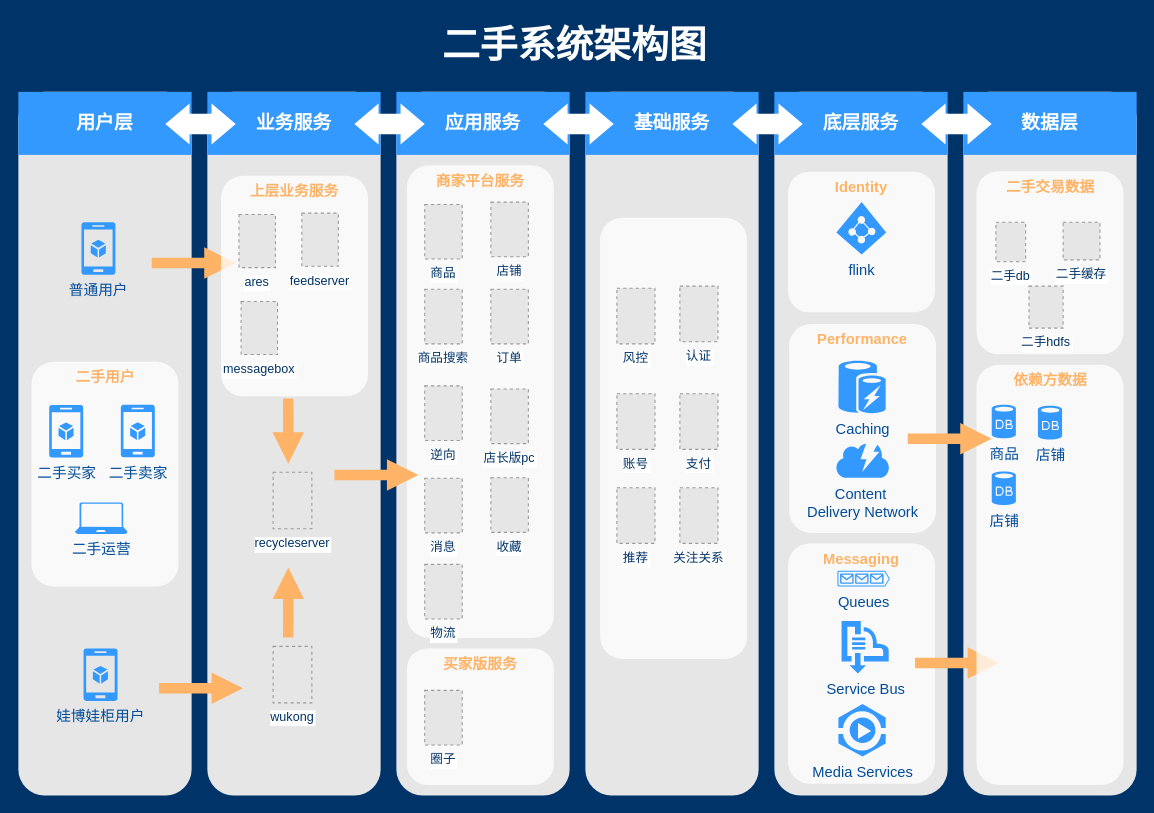
The draw.io diagram Untitled Diagram.drawio in killermyth/Documents, before the edit. Source tidied: cells renumbered, new cells numbered last; positions are measured from the earlier drawing's top-left corner, leaving out a move shared by most shapes. Both pictures are drawn from the tidied source at 105%, with x=0, y=0 at pixel (18, 18). Pictures stored in the file or linked from it are replaced by grey dashed boxes.
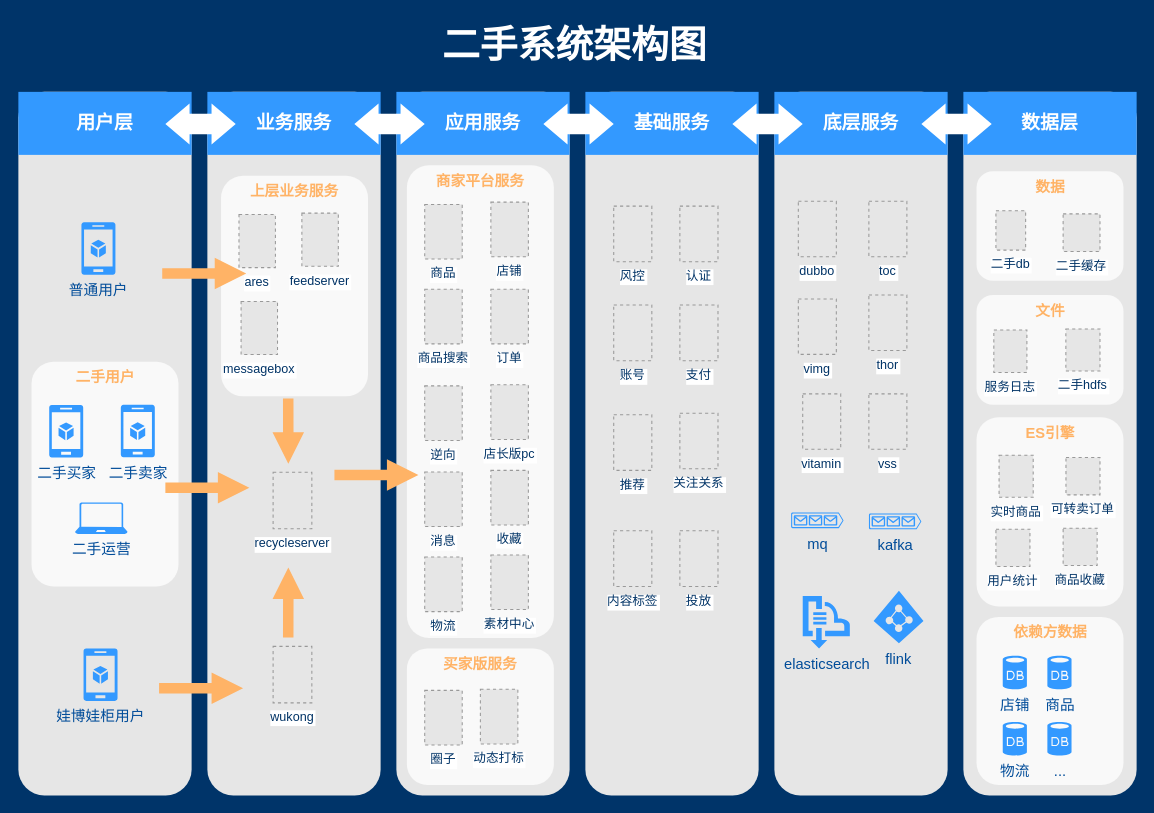
After the change.

What changed in the source:
```diff
@@
-    <mxCell id="21" style="rounded=1;whiteSpace=wrap;html=1;dashed=1;strokeColor=none;strokeWidth=2;fillColor=#FFFFFF;fontFamily=Helvetica;fontSize=14;fontColor=#FFB366;opacity=75;verticalAlign=top;fontStyle=1;" parent="1" vertex="1">
-      <mxGeometry x="554" y="190" width="140" height="420" as="geometry" />
-    </mxCell>
-    <mxCell id="22" value="Identity" style="rounded=1;whiteSpace=wrap;html=1;dashed=1;strokeColor=none;strokeWidth=2;fillColor=#FFFFFF;fontFamily=Helvetica;fontSize=14;fontColor=#FFB366;opacity=75;verticalAlign=top;fontStyle=1;" parent="1" vertex="1">
-      <mxGeometry x="733" y="146" width="140" height="134" as="geometry" />
-    </mxCell>
     <mxCell id="23" value="flink" style="verticalLabelPosition=bottom;html=1;verticalAlign=top;strokeColor=none;fillColor=#3399FF;shape=mxgraph.azure.azure_active_directory;dashed=1;fontFamily=Helvetica;fontSize=14;fontColor=#004C99;" parent="1" vertex="1">
-      <mxGeometry x="779" y="175" width="47.5" height="50" as="geometry" />
+      <mxGeometry x="814.5" y="545" width="47.5" height="50" as="geometry" />
     </mxCell>
-    <mxCell id="24" value="Performance" style="rounded=1;whiteSpace=wrap;html=1;dashed=1;strokeColor=none;strokeWidth=2;fillColor=#FFFFFF;fontFamily=Helvetica;fontSize=14;fontColor=#FFB366;opacity=75;verticalAlign=top;fontStyle=1;" parent="1" vertex="1">
-      <mxGeometry x="734" y="291" width="140" height="199" as="geometry" />
-    </mxCell>
-    <mxCell id="25" value="Caching" style="verticalLabelPosition=bottom;html=1;verticalAlign=top;strokeColor=none;fillColor=#3399FF;shape=mxgraph.azure.azure_cache;dashed=1;fontFamily=Helvetica;fontSize=14;fontColor=#004C99;" parent="1" vertex="1">
-      <mxGeometry x="781" y="326" width="45" height="50" as="geometry" />
-    </mxCell>
-    <mxCell id="26" value="Content&amp;nbsp;&lt;div&gt;Delivery Network&lt;/div&gt;" style="verticalLabelPosition=bottom;html=1;verticalAlign=top;strokeColor=none;fillColor=#3399FF;shape=mxgraph.azure.content_delivery_network;dashed=1;fontFamily=Helvetica;fontSize=14;fontColor=#004C99;" parent="1" vertex="1">
-      <mxGeometry x="779" y="405" width="50" height="32.5" as="geometry" />
-    </mxCell>
-    <mxCell id="27" value="Messaging" style="rounded=1;whiteSpace=wrap;html=1;dashed=1;strokeColor=none;strokeWidth=2;fillColor=#FFFFFF;fontFamily=Helvetica;fontSize=14;fontColor=#FFB366;opacity=75;verticalAlign=top;fontStyle=1;" parent="1" vertex="1">
-      <mxGeometry x="733" y="500" width="140" height="229" as="geometry" />
-    </mxCell>
-    <mxCell id="28" value="Queues" style="verticalLabelPosition=bottom;html=1;verticalAlign=top;strokeColor=none;fillColor=#3399FF;shape=mxgraph.azure.queue_generic;dashed=1;fontFamily=Helvetica;fontSize=14;fontColor=#004C99;" parent="1" vertex="1">
-      <mxGeometry x="780" y="526" width="50" height="15" as="geometry" />
+    <mxCell id="28" value="mq" style="verticalLabelPosition=bottom;html=1;verticalAlign=top;strokeColor=none;fillColor=#3399FF;shape=mxgraph.azure.queue_generic;dashed=1;fontFamily=Helvetica;fontSize=14;fontColor=#004C99;" parent="1" vertex="1">
+      <mxGeometry x="735.9" y="470.5" width="50" height="15" as="geometry" />
     </mxCell>
-    <mxCell id="29" value="Service Bus" style="verticalLabelPosition=bottom;html=1;verticalAlign=top;strokeColor=none;fillColor=#3399FF;shape=mxgraph.azure.service_bus;dashed=1;fontFamily=Helvetica;fontSize=14;fontColor=#004C99;" parent="1" vertex="1">
-      <mxGeometry x="784" y="574" width="45" height="50" as="geometry" />
+    <mxCell id="29" value="elasticsearch" style="verticalLabelPosition=bottom;html=1;verticalAlign=top;strokeColor=none;fillColor=#3399FF;shape=mxgraph.azure.service_bus;dashed=1;fontFamily=Helvetica;fontSize=14;fontColor=#004C99;" parent="1" vertex="1">
+      <mxGeometry x="747" y="550" width="45" height="50" as="geometry" />
     </mxCell>
-    <mxCell id="30" value="Media Services" style="verticalLabelPosition=bottom;html=1;verticalAlign=top;strokeColor=none;fillColor=#3399FF;shape=mxgraph.azure.media_service;dashed=1;fontFamily=Helvetica;fontSize=14;fontColor=#004C99;" parent="1" vertex="1">
-      <mxGeometry x="781" y="653" width="45" height="50" as="geometry" />
-    </mxCell>
-    <mxCell id="31" style="arrow;html=1;endArrow=block;endFill=1;strokeColor=none;strokeWidth=4;fontFamily=Helvetica;fontSize=36;fontColor=#FFB366;fillColor=#FFB366;" parent="1" edge="1">
-      <mxGeometry relative="1" as="geometry">
-        <mxPoint x="127" y="233" as="sourcePoint" />
-        <mxPoint x="207" y="233" as="targetPoint" />
-      </mxGeometry>
-    </mxCell>
-    <mxCell id="32" style="arrow;html=1;endArrow=block;endFill=1;strokeColor=none;strokeWidth=4;fontFamily=Helvetica;fontSize=36;fontColor=#FFB366;fillColor=#FFB366;" parent="1" edge="1">
-      <mxGeometry relative="1" as="geometry">
-        <mxPoint x="854" y="614" as="sourcePoint" />
-        <mxPoint x="934" y="614" as="targetPoint" />
-      </mxGeometry>
-    </mxCell>
@@
-    <mxCell id="35" value="二手交易数据" style="rounded=1;whiteSpace=wrap;html=1;dashed=1;strokeColor=none;strokeWidth=2;fillColor=#FFFFFF;fontFamily=Helvetica;fontSize=14;fontColor=#FFB366;opacity=75;verticalAlign=top;fontStyle=1;" parent="1" vertex="1">
-      <mxGeometry x="912.5" y="145.5" width="140" height="174.5" as="geometry" />
+    <mxCell id="35" value="数据" style="rounded=1;whiteSpace=wrap;html=1;dashed=1;strokeColor=none;strokeWidth=2;fillColor=#FFFFFF;fontFamily=Helvetica;fontSize=14;fontColor=#FFB366;opacity=75;verticalAlign=top;fontStyle=1;" parent="1" vertex="1">
+      <mxGeometry x="912.5" y="145.5" width="140" height="104.5" as="geometry" />
     </mxCell>
@@
     <mxCell id="37" value="二手db" style="fillColor=#E6E6E6;strokeColor=#999999;dashed=1;verticalLabelPosition=bottom;labelBackgroundColor=#ffffff;verticalAlign=top;fontColor=#003366;" parent="1" vertex="1">
-      <mxGeometry x="931" y="194.2" width="28.3" height="37.5" as="geometry" />
+      <mxGeometry x="931" y="183.2" width="28.3" height="37.5" as="geometry" />
     </mxCell>
     <mxCell id="38" value="二手缓存" style="fillColor=#E6E6E6;strokeColor=#999999;dashed=1;verticalLabelPosition=bottom;labelBackgroundColor=#ffffff;verticalAlign=top;fontColor=#003366;" parent="1" vertex="1">
-      <mxGeometry x="995" y="194.2" width="35.1" height="35.8" as="geometry" />
+      <mxGeometry x="995" y="186.2" width="35.1" height="35.8" as="geometry" />
     </mxCell>
-    <mxCell id="39" value="二手hdfs" style="fillColor=#E6E6E6;strokeColor=#999999;dashed=1;verticalLabelPosition=bottom;labelBackgroundColor=#ffffff;verticalAlign=top;fontColor=#003366;" parent="1" vertex="1">
-      <mxGeometry x="962.5" y="255" width="32.5" height="40" as="geometry" />
-    </mxCell>
     <mxCell id="40" value="依赖方数据" style="rounded=1;whiteSpace=wrap;html=1;dashed=1;strokeColor=none;strokeWidth=2;fillColor=#FFFFFF;fontFamily=Helvetica;fontSize=14;fontColor=#FFB366;opacity=75;verticalAlign=top;fontStyle=1;" parent="1" vertex="1">
-      <mxGeometry x="912.5" y="330" width="140" height="400" as="geometry" />
+      <mxGeometry x="912.5" y="570" width="140" height="160" as="geometry" />
     </mxCell>
-    <mxCell id="41" value="商品" style="verticalLabelPosition=bottom;html=1;verticalAlign=top;strokeColor=none;fillColor=#3399FF;shape=mxgraph.azure.database;dashed=1;fontFamily=Helvetica;fontSize=14;fontColor=#004C99;" parent="1" vertex="1">
-      <mxGeometry x="927" y="368" width="23" height="32" as="geometry" />
-    </mxCell>
-    <mxCell id="42" style="arrow;html=1;endArrow=block;endFill=1;strokeColor=none;strokeWidth=4;fontFamily=Helvetica;fontSize=36;fontColor=#FFB366;fillColor=#FFB366;" parent="1" edge="1">
-      <mxGeometry relative="1" as="geometry">
-        <mxPoint x="847" y="400.4" as="sourcePoint" />
-        <mxPoint x="927" y="400.4" as="targetPoint" />
-      </mxGeometry>
-    </mxCell>
     <mxCell id="43" value="店铺" style="verticalLabelPosition=bottom;html=1;verticalAlign=top;strokeColor=none;fillColor=#3399FF;shape=mxgraph.azure.database;dashed=1;fontFamily=Helvetica;fontSize=14;fontColor=#004C99;" parent="1" vertex="1">
-      <mxGeometry x="971" y="369" width="23" height="32" as="geometry" />
+      <mxGeometry x="937.5" y="607" width="23" height="32" as="geometry" />
     </mxCell>
-    <mxCell id="44" value="店铺" style="verticalLabelPosition=bottom;html=1;verticalAlign=top;strokeColor=none;fillColor=#3399FF;shape=mxgraph.azure.database;dashed=1;fontFamily=Helvetica;fontSize=14;fontColor=#004C99;" parent="1" vertex="1">
-      <mxGeometry x="927" y="431.5" width="23" height="32" as="geometry" />
-    </mxCell>
@@
     <mxCell id="63" value="风控" style="fillColor=#E6E6E6;strokeColor=#999999;dashed=1;verticalLabelPosition=bottom;labelBackgroundColor=#ffffff;verticalAlign=top;fontColor=#003366;" parent="1" vertex="1">
-      <mxGeometry x="570" y="257" width="36.3" height="53" as="geometry" />
+      <mxGeometry x="567" y="178.8" width="36.3" height="53" as="geometry" />
     </mxCell>
     <mxCell id="64" value="认证" style="fillColor=#E6E6E6;strokeColor=#999999;dashed=1;verticalLabelPosition=bottom;labelBackgroundColor=#ffffff;verticalAlign=top;fontColor=#003366;" parent="1" vertex="1">
-      <mxGeometry x="630" y="255" width="36.3" height="53" as="geometry" />
+      <mxGeometry x="630" y="178.8" width="36.3" height="53" as="geometry" />
     </mxCell>
     <mxCell id="65" value="账号" style="fillColor=#E6E6E6;strokeColor=#999999;dashed=1;verticalLabelPosition=bottom;labelBackgroundColor=#ffffff;verticalAlign=top;fontColor=#003366;" parent="1" vertex="1">
-      <mxGeometry x="570" y="357.5" width="36.3" height="53" as="geometry" />
+      <mxGeometry x="567" y="273" width="36.3" height="53" as="geometry" />
     </mxCell>
     <mxCell id="66" value="支付" style="fillColor=#E6E6E6;strokeColor=#999999;dashed=1;verticalLabelPosition=bottom;labelBackgroundColor=#ffffff;verticalAlign=top;fontColor=#003366;" parent="1" vertex="1">
-      <mxGeometry x="630" y="357.5" width="36.3" height="53" as="geometry" />
+      <mxGeometry x="630" y="273" width="36.3" height="53" as="geometry" />
     </mxCell>
@@
     <mxCell id="69" value="店长版pc" style="fillColor=#E6E6E6;strokeColor=#999999;dashed=1;verticalLabelPosition=bottom;labelBackgroundColor=#ffffff;verticalAlign=top;fontColor=#003366;" parent="1" vertex="1">
-      <mxGeometry x="450" y="353" width="35.7" height="52" as="geometry" />
+      <mxGeometry x="450" y="349" width="35.7" height="52" as="geometry" />
     </mxCell>
     <mxCell id="70" value="消息" style="fillColor=#E6E6E6;strokeColor=#999999;dashed=1;verticalLabelPosition=bottom;labelBackgroundColor=#ffffff;verticalAlign=top;fontColor=#003366;" parent="1" vertex="1">
-      <mxGeometry x="387" y="438" width="35.7" height="52" as="geometry" />
+      <mxGeometry x="387" y="432" width="35.7" height="52" as="geometry" />
     </mxCell>
@@
     <mxCell id="73" value="推荐" style="fillColor=#E6E6E6;strokeColor=#999999;dashed=1;verticalLabelPosition=bottom;labelBackgroundColor=#ffffff;verticalAlign=top;fontColor=#003366;" parent="1" vertex="1">
-      <mxGeometry x="570" y="447" width="36.3" height="53" as="geometry" />
+      <mxGeometry x="567" y="377.5" width="36.3" height="53" as="geometry" />
     </mxCell>
     <mxCell id="74" value="关注关系" style="fillColor=#E6E6E6;strokeColor=#999999;dashed=1;verticalLabelPosition=bottom;labelBackgroundColor=#ffffff;verticalAlign=top;fontColor=#003366;" parent="1" vertex="1">
-      <mxGeometry x="630" y="447" width="36.3" height="53" as="geometry" />
+      <mxGeometry x="630" y="376" width="36.3" height="53" as="geometry" />
     </mxCell>
     <mxCell id="75" value="收藏" style="fillColor=#E6E6E6;strokeColor=#999999;dashed=1;verticalLabelPosition=bottom;labelBackgroundColor=#ffffff;verticalAlign=top;fontColor=#003366;" parent="1" vertex="1">
-      <mxGeometry x="450" y="437.5" width="35.7" height="52" as="geometry" />
+      <mxGeometry x="450" y="430.5" width="35.7" height="52" as="geometry" />
     </mxCell>
     <mxCell id="76" value="物流" style="fillColor=#E6E6E6;strokeColor=#999999;dashed=1;verticalLabelPosition=bottom;labelBackgroundColor=#ffffff;verticalAlign=top;fontColor=#003366;" parent="1" vertex="1">
-      <mxGeometry x="387" y="520" width="35.7" height="52" as="geometry" />
+      <mxGeometry x="387" y="513" width="35.7" height="52" as="geometry" />
     </mxCell>
+    <mxCell id="77" style="arrow;html=1;endArrow=block;endFill=1;strokeColor=none;strokeWidth=4;fontFamily=Helvetica;fontSize=36;fontColor=#FFB366;fillColor=#FFB366;" parent="1" edge="1">
+      <mxGeometry relative="1" as="geometry">
+        <mxPoint x="137" y="243" as="sourcePoint" />
+        <mxPoint x="217" y="243" as="targetPoint" />
+      </mxGeometry>
+    </mxCell>
+    <mxCell id="78" style="arrow;html=1;endArrow=block;endFill=1;strokeColor=none;strokeWidth=4;fontFamily=Helvetica;fontSize=36;fontColor=#FFB366;fillColor=#FFB366;" parent="1" edge="1">
+      <mxGeometry relative="1" as="geometry">
+        <mxPoint x="140" y="447" as="sourcePoint" />
+        <mxPoint x="220" y="447" as="targetPoint" />
+      </mxGeometry>
+    </mxCell>
+    <mxCell id="79" value="素材中心" style="fillColor=#E6E6E6;strokeColor=#999999;dashed=1;verticalLabelPosition=bottom;labelBackgroundColor=#ffffff;verticalAlign=top;fontColor=#003366;" parent="1" vertex="1">
+      <mxGeometry x="450" y="511" width="35.7" height="52" as="geometry" />
+    </mxCell>
+    <mxCell id="80" value="动态打标" style="fillColor=#E6E6E6;strokeColor=#999999;dashed=1;verticalLabelPosition=bottom;labelBackgroundColor=#ffffff;verticalAlign=top;fontColor=#003366;" parent="1" vertex="1">
+      <mxGeometry x="440" y="639" width="35.7" height="52" as="geometry" />
+    </mxCell>
+    <mxCell id="81" value="内容标签" style="fillColor=#E6E6E6;strokeColor=#999999;dashed=1;verticalLabelPosition=bottom;labelBackgroundColor=#ffffff;verticalAlign=top;fontColor=#003366;" parent="1" vertex="1">
+      <mxGeometry x="567" y="488" width="36.3" height="53" as="geometry" />
+    </mxCell>
+    <mxCell id="82" value="kafka" style="verticalLabelPosition=bottom;html=1;verticalAlign=top;strokeColor=none;fillColor=#3399FF;shape=mxgraph.azure.queue_generic;dashed=1;fontFamily=Helvetica;fontSize=14;fontColor=#004C99;" parent="1" vertex="1">
+      <mxGeometry x="810" y="471.5" width="50" height="15" as="geometry" />
+    </mxCell>
+    <mxCell id="83" value="dubbo" style="fillColor=#E6E6E6;strokeColor=#999999;dashed=1;verticalLabelPosition=bottom;labelBackgroundColor=#ffffff;verticalAlign=top;fontColor=#003366;" parent="1" vertex="1">
+      <mxGeometry x="742.8" y="174.2" width="36.2" height="52.8" as="geometry" />
+    </mxCell>
+    <mxCell id="84" value="toc" style="fillColor=#E6E6E6;strokeColor=#999999;dashed=1;verticalLabelPosition=bottom;labelBackgroundColor=#ffffff;verticalAlign=top;fontColor=#003366;" parent="1" vertex="1">
+      <mxGeometry x="810" y="174.2" width="36.2" height="52.8" as="geometry" />
+    </mxCell>
+    <mxCell id="85" value="vimg" style="fillColor=#E6E6E6;strokeColor=#999999;dashed=1;verticalLabelPosition=bottom;labelBackgroundColor=#ffffff;verticalAlign=top;fontColor=#003366;" parent="1" vertex="1">
+      <mxGeometry x="742.8" y="267.2" width="36.2" height="52.8" as="geometry" />
+    </mxCell>
+    <mxCell id="86" value="投放" style="fillColor=#E6E6E6;strokeColor=#999999;dashed=1;verticalLabelPosition=bottom;labelBackgroundColor=#ffffff;verticalAlign=top;fontColor=#003366;" parent="1" vertex="1">
+      <mxGeometry x="630" y="488" width="36.3" height="53" as="geometry" />
+    </mxCell>
+    <mxCell id="87" value="文件" style="rounded=1;whiteSpace=wrap;html=1;dashed=1;strokeColor=none;strokeWidth=2;fillColor=#FFFFFF;fontFamily=Helvetica;fontSize=14;fontColor=#FFB366;opacity=75;verticalAlign=top;fontStyle=1;" parent="1" vertex="1">
+      <mxGeometry x="912.5" y="263.5" width="140" height="104.5" as="geometry" />
+    </mxCell>
+    <mxCell id="39" value="二手hdfs" style="fillColor=#E6E6E6;strokeColor=#999999;dashed=1;verticalLabelPosition=bottom;labelBackgroundColor=#ffffff;verticalAlign=top;fontColor=#003366;" parent="1" vertex="1">
+      <mxGeometry x="997.6" y="295.8" width="32.5" height="40" as="geometry" />
+    </mxCell>
+    <mxCell id="88" value="thor" style="fillColor=#E6E6E6;strokeColor=#999999;dashed=1;verticalLabelPosition=bottom;labelBackgroundColor=#ffffff;verticalAlign=top;fontColor=#003366;" parent="1" vertex="1">
+      <mxGeometry x="810" y="263.5" width="36.2" height="52.8" as="geometry" />
+    </mxCell>
+    <mxCell id="89" value="vitamin" style="fillColor=#E6E6E6;strokeColor=#999999;dashed=1;verticalLabelPosition=bottom;labelBackgroundColor=#ffffff;verticalAlign=top;fontColor=#003366;" parent="1" vertex="1">
+      <mxGeometry x="747" y="357.6" width="36.2" height="52.8" as="geometry" />
+    </mxCell>
+    <mxCell id="90" value="服务日志" style="fillColor=#E6E6E6;strokeColor=#999999;dashed=1;verticalLabelPosition=bottom;labelBackgroundColor=#ffffff;verticalAlign=top;fontColor=#003366;" parent="1" vertex="1">
+      <mxGeometry x="929" y="296.8" width="31.5" height="40.4" as="geometry" />
+    </mxCell>
+    <mxCell id="41" value="商品" style="verticalLabelPosition=bottom;html=1;verticalAlign=top;strokeColor=none;fillColor=#3399FF;shape=mxgraph.azure.database;dashed=1;fontFamily=Helvetica;fontSize=14;fontColor=#004C99;" parent="1" vertex="1">
+      <mxGeometry x="980" y="607" width="23" height="32" as="geometry" />
+    </mxCell>
+    <mxCell id="91" value="物流" style="verticalLabelPosition=bottom;html=1;verticalAlign=top;strokeColor=none;fillColor=#3399FF;shape=mxgraph.azure.database;dashed=1;fontFamily=Helvetica;fontSize=14;fontColor=#004C99;" parent="1" vertex="1">
+      <mxGeometry x="937.5" y="670" width="23" height="32" as="geometry" />
+    </mxCell>
+    <mxCell id="92" value="..." style="verticalLabelPosition=bottom;html=1;verticalAlign=top;strokeColor=none;fillColor=#3399FF;shape=mxgraph.azure.database;dashed=1;fontFamily=Helvetica;fontSize=14;fontColor=#004C99;" parent="1" vertex="1">
+      <mxGeometry x="980" y="670" width="23" height="32" as="geometry" />
+    </mxCell>
+    <mxCell id="93" value="ES引擎" style="rounded=1;whiteSpace=wrap;html=1;dashed=1;strokeColor=none;strokeWidth=2;fillColor=#FFFFFF;fontFamily=Helvetica;fontSize=14;fontColor=#FFB366;opacity=75;verticalAlign=top;fontStyle=1;" parent="1" vertex="1">
+      <mxGeometry x="912.5" y="380" width="140" height="180" as="geometry" />
+    </mxCell>
+    <mxCell id="94" value="实时商品" style="fillColor=#E6E6E6;strokeColor=#999999;dashed=1;verticalLabelPosition=bottom;labelBackgroundColor=#ffffff;verticalAlign=top;fontColor=#003366;" parent="1" vertex="1">
+      <mxGeometry x="934" y="416" width="32.5" height="40" as="geometry" />
+    </mxCell>
+    <mxCell id="95" value="可转卖订单" style="fillColor=#E6E6E6;strokeColor=#999999;dashed=1;verticalLabelPosition=bottom;labelBackgroundColor=#ffffff;verticalAlign=top;fontColor=#003366;" parent="1" vertex="1">
+      <mxGeometry x="997.7" y="418.3" width="32.4" height="35.5" as="geometry" />
+    </mxCell>
+    <mxCell id="96" value="用户统计" style="fillColor=#E6E6E6;strokeColor=#999999;dashed=1;verticalLabelPosition=bottom;labelBackgroundColor=#ffffff;verticalAlign=top;fontColor=#003366;" parent="1" vertex="1">
+      <mxGeometry x="931" y="486.5" width="32.4" height="35.5" as="geometry" />
+    </mxCell>
+    <mxCell id="97" value="vss" style="fillColor=#E6E6E6;strokeColor=#999999;dashed=1;verticalLabelPosition=bottom;labelBackgroundColor=#ffffff;verticalAlign=top;fontColor=#003366;" parent="1" vertex="1">
+      <mxGeometry x="810" y="357.6" width="36.2" height="52.8" as="geometry" />
+    </mxCell>
+    <mxCell id="98" value="商品收藏" style="fillColor=#E6E6E6;strokeColor=#999999;dashed=1;verticalLabelPosition=bottom;labelBackgroundColor=#ffffff;verticalAlign=top;fontColor=#003366;" parent="1" vertex="1">
+      <mxGeometry x="995" y="485.5" width="32.4" height="35.5" as="geometry" />
+    </mxCell>
```
